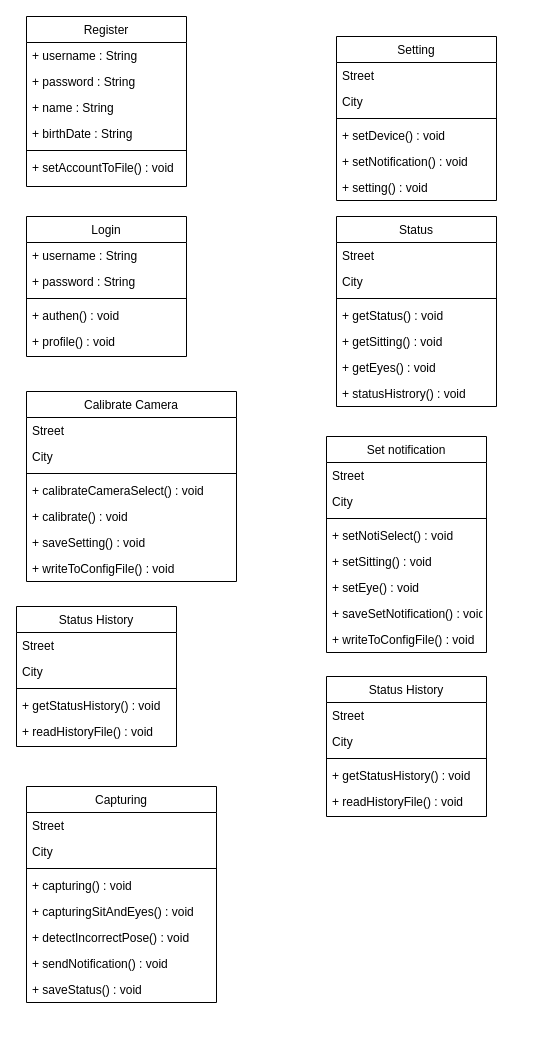
Above: Design/Class_Diagram.drawio in astrrr/Right-posture (draw.io), before the change. Source tidied: cells renumbered, new cells numbered last; positions are measured from the earlier drawing's top-left corner, leaving out a move shared by most shapes. Both pictures are drawn from the tidied source at 100%, with x=0, y=0 at pixel (16, 16).
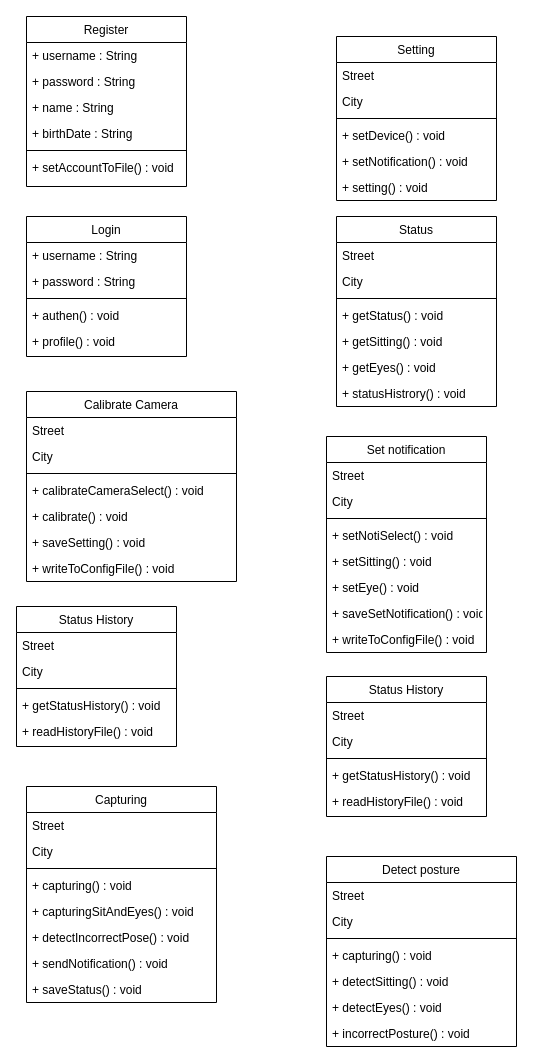
Above is the later version.

Change to the diagram source:
```diff
@@
+    <mxCell id="68" value="Detect posture" style="swimlane;fontStyle=0;align=center;verticalAlign=top;horizontal=1;startSize=26;rounded=0;shadow=0;strokeWidth=1;" parent="1" vertex="1">
+      <mxGeometry x="310" y="840" width="190" height="190" as="geometry" />
+    </mxCell>
+    <mxCell id="69" value="Street" style="text;align=left;verticalAlign=top;spacingLeft=4;spacingRight=4;overflow=hidden;" parent="68" vertex="1">
+      <mxGeometry y="26" width="190" height="26" as="geometry" />
+    </mxCell>
+    <mxCell id="70" value="City" style="text;align=left;verticalAlign=top;spacingLeft=4;spacingRight=4;overflow=hidden;rounded=0;shadow=0;html=0;" parent="68" vertex="1">
+      <mxGeometry y="52" width="190" height="26" as="geometry" />
+    </mxCell>
+    <mxCell id="71" style="line;html=1;strokeWidth=1;align=left;verticalAlign=middle;spacingTop=-1;spacingLeft=3;spacingRight=3;labelPosition=right;" parent="68" vertex="1">
+      <mxGeometry y="78" width="190" height="8" as="geometry" />
+    </mxCell>
+    <mxCell id="72" value="+ capturing() : void" style="text;align=left;verticalAlign=top;spacingLeft=4;spacingRight=4;overflow=hidden;" parent="68" vertex="1">
+      <mxGeometry y="86" width="190" height="26" as="geometry" />
+    </mxCell>
+    <mxCell id="73" value="+ detectSitting() : void" style="text;align=left;verticalAlign=top;spacingLeft=4;spacingRight=4;overflow=hidden;" parent="68" vertex="1">
+      <mxGeometry y="112" width="190" height="26" as="geometry" />
+    </mxCell>
+    <mxCell id="74" value="+ detectEyes() : void" style="text;align=left;verticalAlign=top;spacingLeft=4;spacingRight=4;overflow=hidden;" parent="68" vertex="1">
+      <mxGeometry y="138" width="190" height="26" as="geometry" />
+    </mxCell>
+    <mxCell id="75" value="+ incorrectPosture() : void" style="text;align=left;verticalAlign=top;spacingLeft=4;spacingRight=4;overflow=hidden;" parent="68" vertex="1">
+      <mxGeometry y="164" width="190" height="26" as="geometry" />
+    </mxCell>
```
